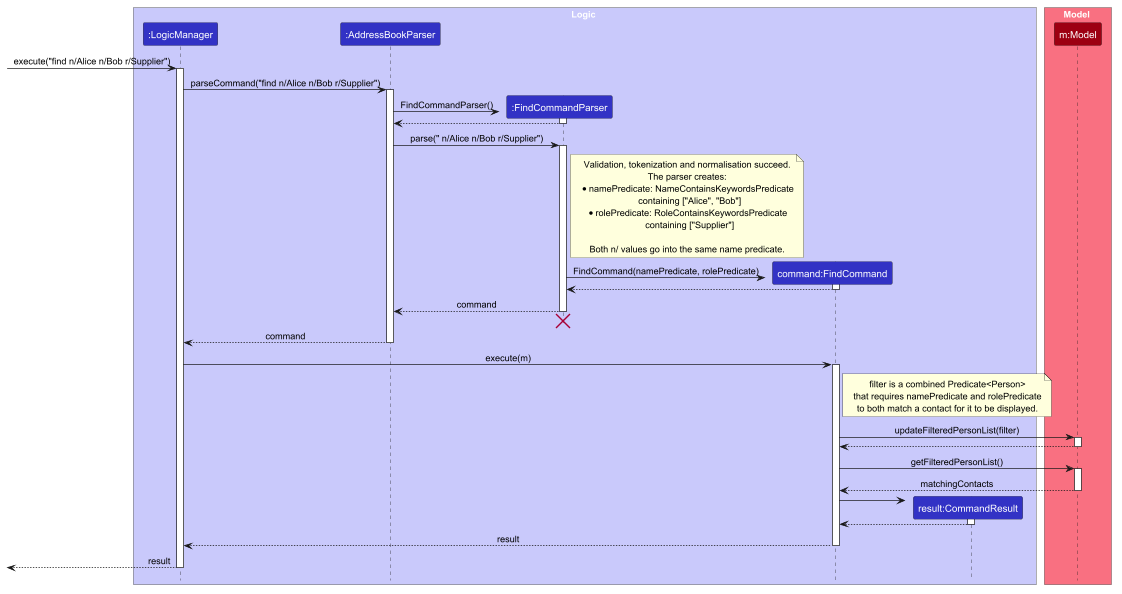
This is docs/images/FindSequenceDiagram.png from AY2627S1-CS2103T-F11-1/tp, a PlantUML export, as it was before one commit.
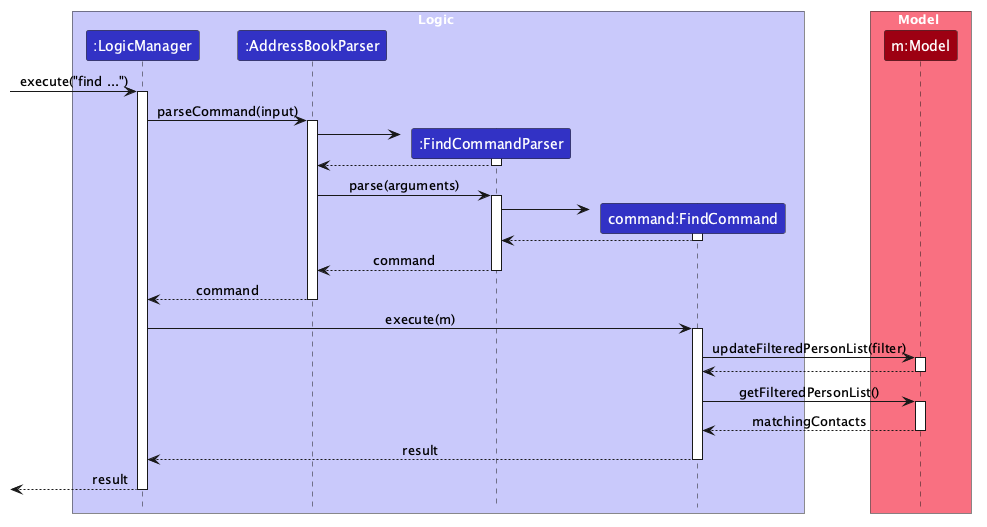
After the commit.

What changed in the source:
```diff
@@ -7,49 +7,36 @@
 participant ":AddressBookParser" as AddressBookParser LOGIC_COLOR
 participant ":FindCommandParser" as FindCommandParser LOGIC_COLOR
 participant "command:FindCommand" as FindCommand LOGIC_COLOR
-participant "result:CommandResult" as CommandResult LOGIC_COLOR
 end box
 
 box Model MODEL_COLOR_T1
 participant "m:Model" as Model MODEL_COLOR
 end box
 
-[-> LogicManager : execute("find n/Alice n/Bob r/Supplier")
+[-> LogicManager : execute("find ...")
 activate LogicManager
 
-LogicManager -> AddressBookParser : parseCommand("find n/Alice n/Bob r/Supplier")
+LogicManager -> AddressBookParser : parseCommand(input)
 activate AddressBookParser
 
 create FindCommandParser
-AddressBookParser -> FindCommandParser : FindCommandParser()
+AddressBookParser -> FindCommandParser
 activate FindCommandParser
 FindCommandParser --> AddressBookParser
 deactivate FindCommandParser
 
-AddressBookParser -> FindCommandParser : parse(" n/Alice n/Bob r/Supplier")
+AddressBookParser -> FindCommandParser : parse(arguments)
 activate FindCommandParser
 
-note right of FindCommandParser
-    Validation, tokenization and normalisation succeed.
-    The parser creates:
-    * namePredicate: NameContainsKeywordsPredicate
-      containing ["Alice", "Bob"]
-    * rolePredicate: RoleContainsKeywordsPredicate
-      containing ["Supplier"]
-
-    Both n/ values go into the same name predicate.
-end note
 
 create FindCommand
-FindCommandParser -> FindCommand : FindCommand(namePredicate, rolePredicate)
+FindCommandParser -> FindCommand
 activate FindCommand
 FindCommand --> FindCommandParser
 deactivate FindCommand
 
 FindCommandParser --> AddressBookParser : command
 deactivate FindCommandParser
-FindCommandParser -[hidden]-> AddressBookParser
-destroy FindCommandParser
 
 AddressBookParser --> LogicManager : command
 deactivate AddressBookParser
@@ -57,11 +44,6 @@
 LogicManager -> FindCommand : execute(m)
 activate FindCommand
 
-note right of FindCommand
-    filter is a combined Predicate<Person>
-    that requires namePredicate and rolePredicate
-    to both match a contact for it to be displayed.
-end note
 
 FindCommand -> Model : updateFilteredPersonList(filter)
 activate Model
@@ -73,11 +55,6 @@
 Model --> FindCommand : matchingContacts
 deactivate Model
 
-create CommandResult
-FindCommand -> CommandResult
-activate CommandResult
-CommandResult --> FindCommand
-deactivate CommandResult
 
 FindCommand --> LogicManager : result
 deactivate FindCommand
```
